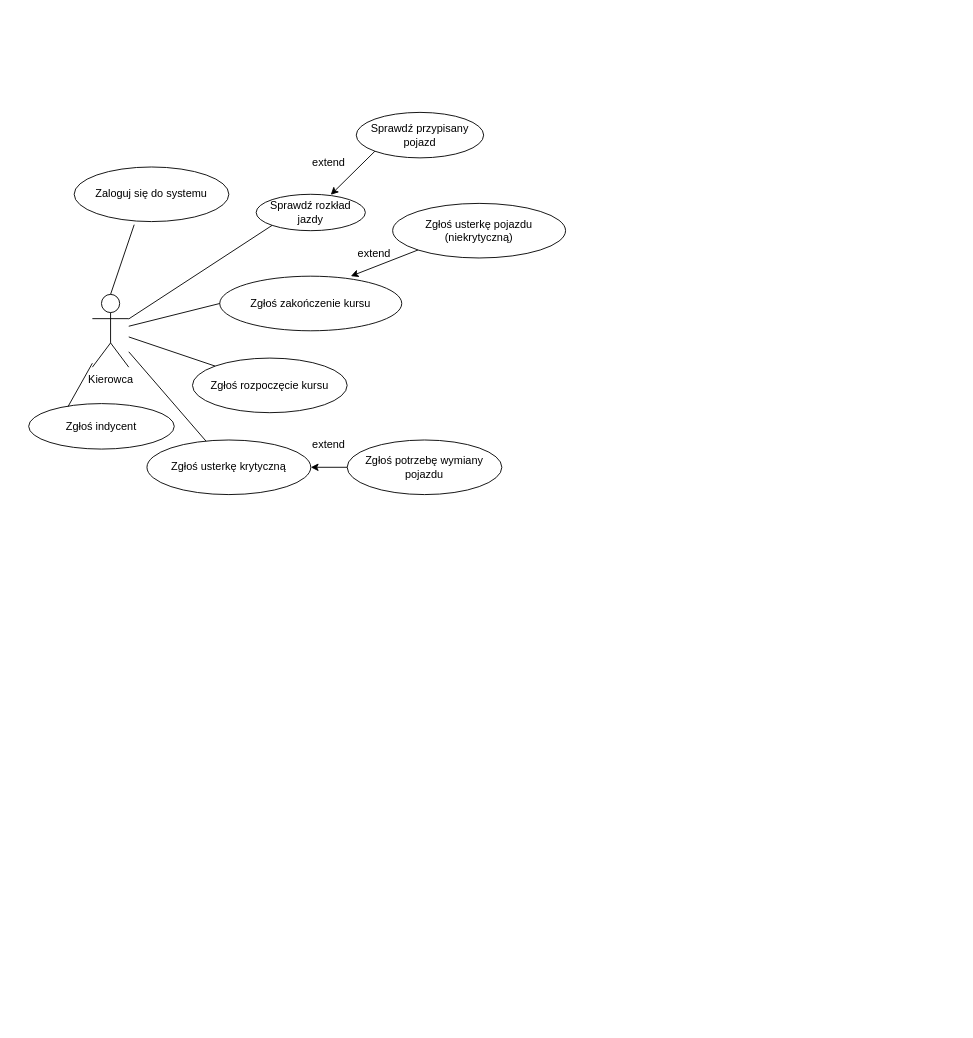
The draw.io diagram PrzypadkiUzycia.drawio in JakubBandosz/Projekt_IO, before the edit. Source tidied: cells renumbered, new cells numbered last; positions are measured from the earlier drawing's top-left corner, leaving out a move shared by most shapes. Both pictures are drawn from the tidied source at 91%, with x=0, y=0 at pixel (28, 112).
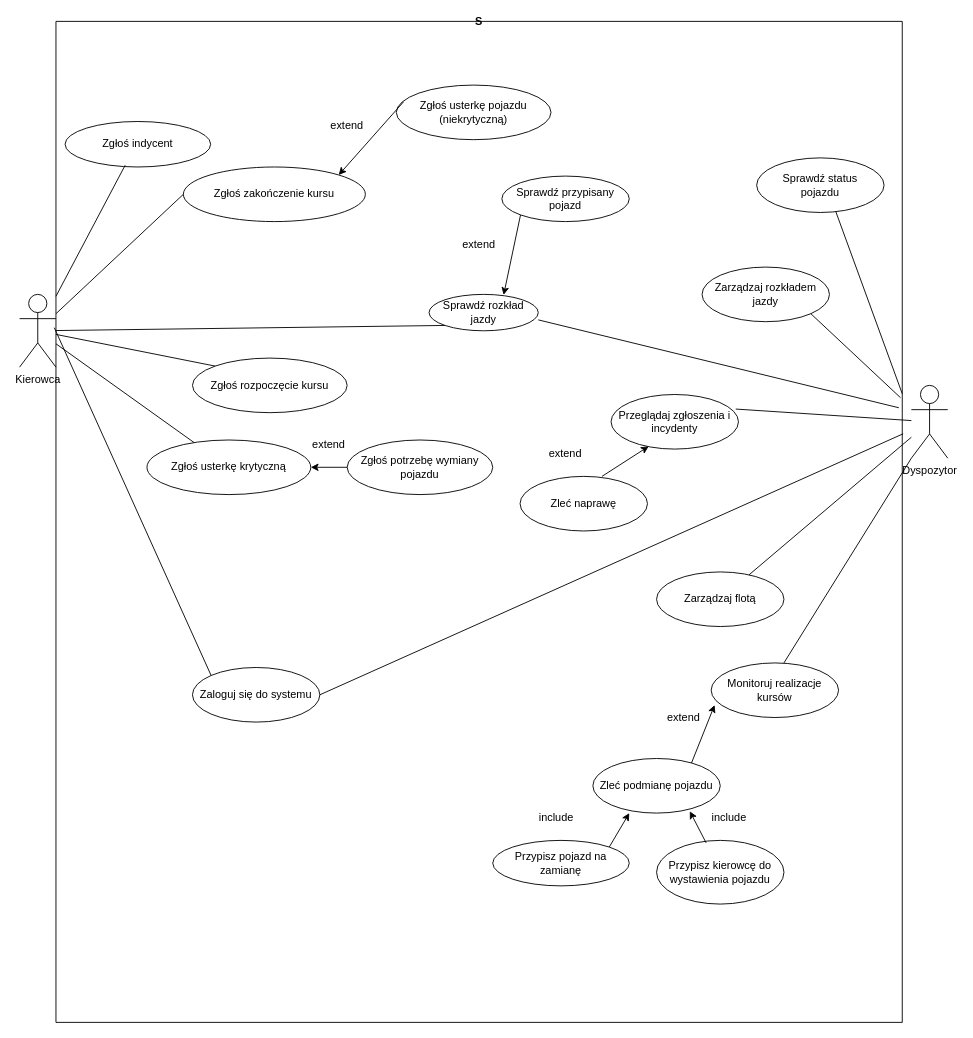
After the change.

Commit message:
Zmiana przypadkow uzycia

What changed in the source:
```diff
@@
     <mxCell id="2" value="Kierowca&lt;div&gt;&lt;br&gt;&lt;/div&gt;" style="shape=umlActor;verticalLabelPosition=bottom;verticalAlign=top;html=1;outlineConnect=0;labelPosition=center;align=center;" parent="1" vertex="1">
-      <mxGeometry x="70" y="200" width="40" height="80" as="geometry" />
+      <mxGeometry x="-10" y="200" width="40" height="80" as="geometry" />
     </mxCell>
-    <mxCell id="3" value="Zaloguj się do systemu" style="ellipse;whiteSpace=wrap;html=1;" parent="1" vertex="1">
-      <mxGeometry x="50" y="60" width="170" height="60" as="geometry" />
-    </mxCell>
-    <mxCell id="4" style="endArrow=none;html=1;rounded=0;entryX=0.388;entryY=1.057;entryDx=0;entryDy=0;entryPerimeter=0;exitX=0.5;exitY=0;exitDx=0;exitDy=0;exitPerimeter=0;" parent="1" edge="1" source="2" target="3">
-      <mxGeometry relative="1" as="geometry" />
-    </mxCell>
@@
-    <mxCell id="6" value="Zgłoś zakończenie kursu" style="ellipse;whiteSpace=wrap;html=1;" parent="1" vertex="1">
-      <mxGeometry x="210" y="180" width="200" height="60" as="geometry" />
-    </mxCell>
-    <mxCell id="7" value="Zgłoś usterkę pojazdu (niekrytyczną)" style="ellipse;whiteSpace=wrap;html=1;" parent="1" vertex="1">
-      <mxGeometry x="400" y="100" width="190" height="60" as="geometry" />
-    </mxCell>
@@
     <mxCell id="10" value="Zgłoś potrzebę wymiany pojazdu" style="ellipse;whiteSpace=wrap;html=1;" parent="1" vertex="1">
-      <mxGeometry x="350" y="360" width="170" height="60" as="geometry" />
+      <mxGeometry x="350" y="360" width="160" height="60" as="geometry" />
     </mxCell>
-    <mxCell id="11" style="endArrow=classic;html=1;rounded=0;exitX=0;exitY=1;exitDx=0;exitDy=0;" parent="1" edge="1" source="7">
-      <mxGeometry relative="1" as="geometry">
-        <mxPoint x="354" y="180" as="targetPoint" />
-      </mxGeometry>
-    </mxCell>
-    <mxCell id="12" value="extend" style="text;html=1;whiteSpace=wrap;strokeColor=none;fillColor=none;align=center;verticalAlign=middle;rounded=0;" parent="1" vertex="1">
-      <mxGeometry x="350" y="140" width="60" height="30" as="geometry" />
-    </mxCell>
@@
-    <mxCell id="17" value="Sprawdź rozkład jazdy" style="ellipse;whiteSpace=wrap;html=1;" parent="1" vertex="1">
-      <mxGeometry x="250" y="90" width="120" height="40" as="geometry" />
-    </mxCell>
@@
-    <mxCell id="19" value="Sprawdź przypisany pojazd" style="ellipse;whiteSpace=wrap;html=1;" parent="1" vertex="1">
-      <mxGeometry x="360" width="140" height="50" as="geometry" />
-    </mxCell>
-    <mxCell id="20" style="endArrow=classic;html=1;rounded=0;entryX=0.683;entryY=0.015;entryDx=0;entryDy=0;entryPerimeter=0;exitX=0;exitY=1;exitDx=0;exitDy=0;" parent="1" edge="1" source="19" target="17">
-      <mxGeometry relative="1" as="geometry" />
-    </mxCell>
-    <mxCell id="21" value="extend" style="text;html=1;whiteSpace=wrap;strokeColor=none;fillColor=none;align=center;verticalAlign=middle;rounded=0;" parent="1" vertex="1">
-      <mxGeometry x="300" y="40" width="60" height="30" as="geometry" />
-    </mxCell>
     <mxCell id="22" value="Zgłoś indycent" style="ellipse;whiteSpace=wrap;html=1;" parent="1" vertex="1">
-      <mxGeometry y="320" width="160" height="50" as="geometry" />
+      <mxGeometry x="40" y="10" width="160" height="50" as="geometry" />
     </mxCell>
-    <mxCell id="23" style="endArrow=none;html=1;rounded=0;exitX=0.27;exitY=0.068;exitDx=0;exitDy=0;exitPerimeter=0;" parent="1" edge="1" source="22" target="2">
+    <mxCell id="23" style="endArrow=none;html=1;rounded=0;exitX=0.413;exitY=0.96;exitDx=0;exitDy=0;exitPerimeter=0;" parent="1" edge="1" source="22" target="2">
       <mxGeometry relative="1" as="geometry" />
     </mxCell>
+    <mxCell id="24" value="Dyspozytor" style="shape=umlActor;verticalLabelPosition=bottom;verticalAlign=top;html=1;outlineConnect=0;labelPosition=center;align=center;" parent="1" vertex="1">
+      <mxGeometry x="970" y="300" width="40" height="80" as="geometry" />
+    </mxCell>
+    <mxCell id="25" style="endArrow=none;html=1;rounded=0;entryX=0.571;entryY=0;entryDx=0;entryDy=0;entryPerimeter=0;exitX=0;exitY=1;exitDx=0;exitDy=0;exitPerimeter=0;" parent="1" edge="1" source="24" target="29">
+      <mxGeometry relative="1" as="geometry" />
+    </mxCell>
+    <mxCell id="26" style="endArrow=none;html=1;rounded=0;entryX=0.979;entryY=0.267;entryDx=0;entryDy=0;entryPerimeter=0;" parent="1" edge="1" source="24" target="28">
+      <mxGeometry relative="1" as="geometry" />
+    </mxCell>
+    <mxCell id="27" value="S" style="swimlane;startSize=0;" parent="1" vertex="1">
+      <mxGeometry x="30" y="-100" width="930" height="1100" as="geometry" />
+    </mxCell>
+    <mxCell id="28" value="Przeglądaj zgłoszenia i incydenty" style="ellipse;whiteSpace=wrap;html=1;" parent="27" vertex="1">
+      <mxGeometry x="610" y="410" width="140" height="60" as="geometry" />
+    </mxCell>
+    <mxCell id="29" value="Monitoruj realizacje kursów" style="ellipse;whiteSpace=wrap;html=1;" parent="27" vertex="1">
+      <mxGeometry x="720" y="705" width="140" height="60" as="geometry" />
+    </mxCell>
+    <mxCell id="30" value="Zarządzaj flotą" style="ellipse;whiteSpace=wrap;html=1;" parent="27" vertex="1">
+      <mxGeometry x="660" y="605" width="140" height="60" as="geometry" />
+    </mxCell>
+    <mxCell id="31" value="Zleć naprawę" style="ellipse;whiteSpace=wrap;html=1;" parent="27" vertex="1">
+      <mxGeometry x="510" y="500" width="140" height="60" as="geometry" />
+    </mxCell>
+    <mxCell id="19" value="Sprawdź przypisany pojazd" style="ellipse;whiteSpace=wrap;html=1;" parent="27" vertex="1">
+      <mxGeometry x="490" y="170" width="140" height="50" as="geometry" />
+    </mxCell>
+    <mxCell id="17" value="Sprawdź rozkład jazdy" style="ellipse;whiteSpace=wrap;html=1;" parent="27" vertex="1">
+      <mxGeometry x="410" y="300" width="120" height="40" as="geometry" />
+    </mxCell>
+    <mxCell id="20" style="endArrow=classic;html=1;rounded=0;entryX=0.683;entryY=0.015;entryDx=0;entryDy=0;entryPerimeter=0;exitX=0;exitY=1;exitDx=0;exitDy=0;" parent="27" edge="1" source="19" target="17">
+      <mxGeometry relative="1" as="geometry" />
+    </mxCell>
+    <mxCell id="32" value="extend" style="text;html=1;whiteSpace=wrap;strokeColor=none;fillColor=none;align=center;verticalAlign=middle;rounded=0;" parent="27" vertex="1">
+      <mxGeometry x="435" y="230" width="60" height="30" as="geometry" />
+    </mxCell>
+    <mxCell id="6" value="Zgłoś zakończenie kursu" style="ellipse;whiteSpace=wrap;html=1;" parent="27" vertex="1">
+      <mxGeometry x="140" y="160" width="200" height="60" as="geometry" />
+    </mxCell>
+    <mxCell id="7" value="Zgłoś usterkę pojazdu (niekrytyczną)" style="ellipse;whiteSpace=wrap;html=1;" parent="27" vertex="1">
+      <mxGeometry x="374" y="70" width="170" height="60" as="geometry" />
+    </mxCell>
+    <mxCell id="33" style="endArrow=classic;html=1;rounded=0;exitX=0.047;exitY=0.306;exitDx=0;exitDy=0;exitPerimeter=0;entryX=1;entryY=0;entryDx=0;entryDy=0;" parent="27" edge="1" source="7" target="6">
+      <mxGeometry relative="1" as="geometry" />
+    </mxCell>
+    <mxCell id="34" value="extend" style="text;html=1;whiteSpace=wrap;strokeColor=none;fillColor=none;align=center;verticalAlign=middle;rounded=0;" parent="27" vertex="1">
+      <mxGeometry x="290" y="100" width="60" height="30" as="geometry" />
+    </mxCell>
+    <mxCell id="3" value="Zaloguj się do systemu" style="ellipse;whiteSpace=wrap;html=1;" parent="27" vertex="1">
+      <mxGeometry x="150" y="710" width="140" height="60" as="geometry" />
+    </mxCell>
+    <mxCell id="35" style="endArrow=none;html=1;rounded=0;entryX=0;entryY=0;entryDx=0;entryDy=0;exitX=-0.002;exitY=0.306;exitDx=0;exitDy=0;exitPerimeter=0;" parent="27" edge="1" source="27" target="3">
+      <mxGeometry relative="1" as="geometry" />
+    </mxCell>
+    <mxCell id="36" style="endArrow=none;html=1;rounded=0;exitX=0.996;exitY=0.386;exitDx=0;exitDy=0;exitPerimeter=0;" parent="27" edge="1" source="27">
+      <mxGeometry relative="1" as="geometry">
+        <mxPoint x="530" y="328" as="targetPoint" />
+      </mxGeometry>
+    </mxCell>
+    <mxCell id="37" value="Zarządzaj rozkładem jazdy" style="ellipse;whiteSpace=wrap;html=1;" parent="27" vertex="1">
+      <mxGeometry x="710" y="270" width="140" height="60" as="geometry" />
+    </mxCell>
+    <mxCell id="38" style="endArrow=none;html=1;rounded=0;exitX=1;exitY=1;exitDx=0;exitDy=0;entryX=0.998;entryY=0.376;entryDx=0;entryDy=0;entryPerimeter=0;" parent="27" edge="1" source="37" target="27">
+      <mxGeometry relative="1" as="geometry" />
+    </mxCell>
+    <mxCell id="39" style="endArrow=classic;html=1;rounded=0;entryX=0.295;entryY=0.95;entryDx=0;entryDy=0;entryPerimeter=0;exitX=0.643;exitY=0;exitDx=0;exitDy=0;exitPerimeter=0;" parent="27" edge="1" source="31" target="28">
+      <mxGeometry relative="1" as="geometry" />
+    </mxCell>
+    <mxCell id="40" value="extend" style="text;html=1;whiteSpace=wrap;strokeColor=none;fillColor=none;align=center;verticalAlign=middle;rounded=0;" parent="27" vertex="1">
+      <mxGeometry x="530" y="460" width="60" height="30" as="geometry" />
+    </mxCell>
+    <mxCell id="41" style="endArrow=none;html=1;rounded=0;entryX=1.001;entryY=0.412;entryDx=0;entryDy=0;exitX=1;exitY=0.5;exitDx=0;exitDy=0;entryPerimeter=0;" parent="27" edge="1" source="3" target="27">
+      <mxGeometry relative="1" as="geometry" />
+    </mxCell>
+    <mxCell id="42" value="extend" style="text;html=1;whiteSpace=wrap;strokeColor=none;fillColor=none;align=center;verticalAlign=middle;rounded=0;" parent="27" vertex="1">
+      <mxGeometry x="660" y="750" width="60" height="30" as="geometry" />
+    </mxCell>
+    <mxCell id="43" style="endArrow=classic;html=1;rounded=0;entryX=0.027;entryY=0.771;entryDx=0;entryDy=0;entryPerimeter=0;exitX=0.768;exitY=0.119;exitDx=0;exitDy=0;exitPerimeter=0;" parent="27" edge="1" source="44" target="29">
+      <mxGeometry relative="1" as="geometry" />
+    </mxCell>
+    <mxCell id="44" value="Zleć podmianę pojazdu" style="ellipse;whiteSpace=wrap;html=1;" parent="27" vertex="1">
+      <mxGeometry x="590" y="810" width="140" height="60" as="geometry" />
+    </mxCell>
+    <mxCell id="45" value="Sprawdź status&lt;div&gt;pojazdu&lt;/div&gt;" style="ellipse;whiteSpace=wrap;html=1;" parent="27" vertex="1">
+      <mxGeometry x="770" y="150" width="140" height="60" as="geometry" />
+    </mxCell>
+    <mxCell id="46" style="endArrow=none;html=1;rounded=0;entryX=1;entryY=0.372;entryDx=0;entryDy=0;entryPerimeter=0;exitX=0.621;exitY=0.983;exitDx=0;exitDy=0;exitPerimeter=0;" parent="27" edge="1" source="45" target="27">
+      <mxGeometry relative="1" as="geometry" />
+    </mxCell>
+    <mxCell id="47" value="Przypisz kierowcę do wystawienia pojazdu" style="ellipse;whiteSpace=wrap;html=1;" parent="27" vertex="1">
+      <mxGeometry x="660" y="900" width="140" height="70" as="geometry" />
+    </mxCell>
+    <mxCell id="48" style="endArrow=classic;html=1;rounded=0;exitX=0.389;exitY=0.039;exitDx=0;exitDy=0;exitPerimeter=0;entryX=0.761;entryY=0.966;entryDx=0;entryDy=0;entryPerimeter=0;" parent="27" edge="1" source="47" target="44">
+      <mxGeometry relative="1" as="geometry" />
+    </mxCell>
+    <mxCell id="49" value="include" style="text;html=1;whiteSpace=wrap;strokeColor=none;fillColor=none;align=center;verticalAlign=middle;rounded=0;" parent="27" vertex="1">
+      <mxGeometry x="710" y="860" width="60" height="30" as="geometry" />
+    </mxCell>
+    <mxCell id="50" value="Przypisz pojazd na zamianę" style="ellipse;whiteSpace=wrap;html=1;" parent="27" vertex="1">
+      <mxGeometry x="480" y="900" width="150" height="50" as="geometry" />
+    </mxCell>
+    <mxCell id="51" value="include" style="text;html=1;whiteSpace=wrap;strokeColor=none;fillColor=none;align=center;verticalAlign=middle;rounded=0;" parent="27" vertex="1">
+      <mxGeometry x="520" y="860" width="60" height="30" as="geometry" />
+    </mxCell>
+    <mxCell id="52" style="endArrow=classic;html=1;rounded=0;entryX=0.286;entryY=1;entryDx=0;entryDy=0;entryPerimeter=0;exitX=1;exitY=0;exitDx=0;exitDy=0;" parent="27" edge="1" source="50" target="44">
+      <mxGeometry relative="1" as="geometry" />
+    </mxCell>
+    <mxCell id="53" style="endArrow=none;html=1;rounded=0;" parent="1" edge="1" source="24" target="30">
+      <mxGeometry relative="1" as="geometry" />
+    </mxCell>
```
